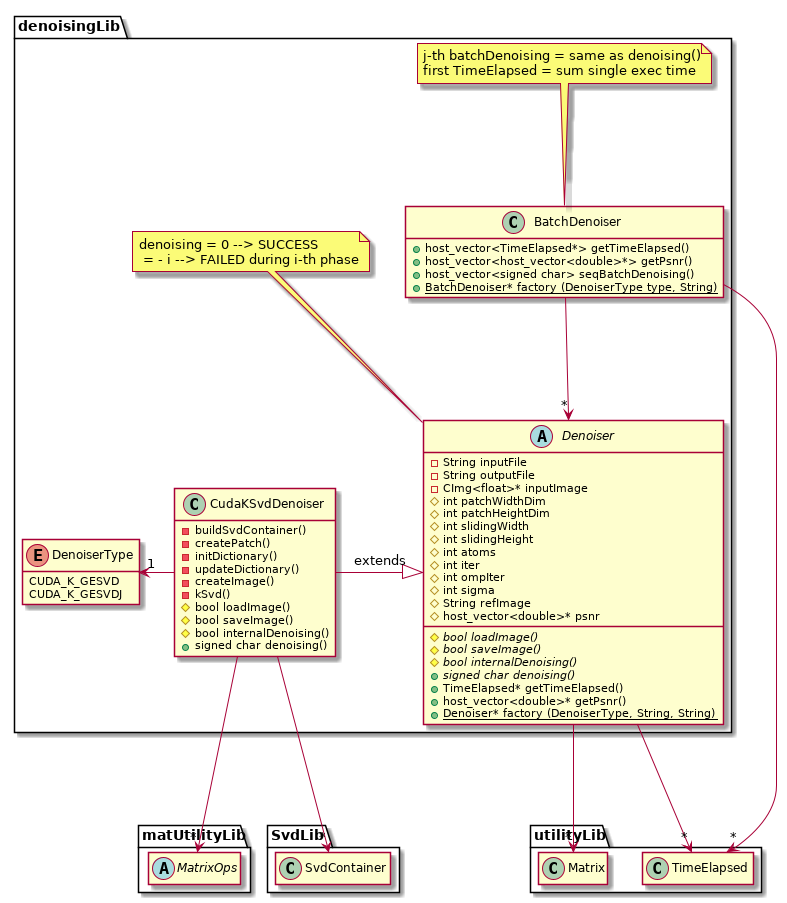
Earlier version of the PlantUML export uml/out/uml/src/DenoisingDiagram.png (newfla/CUDA-K-SVD-Denoising).
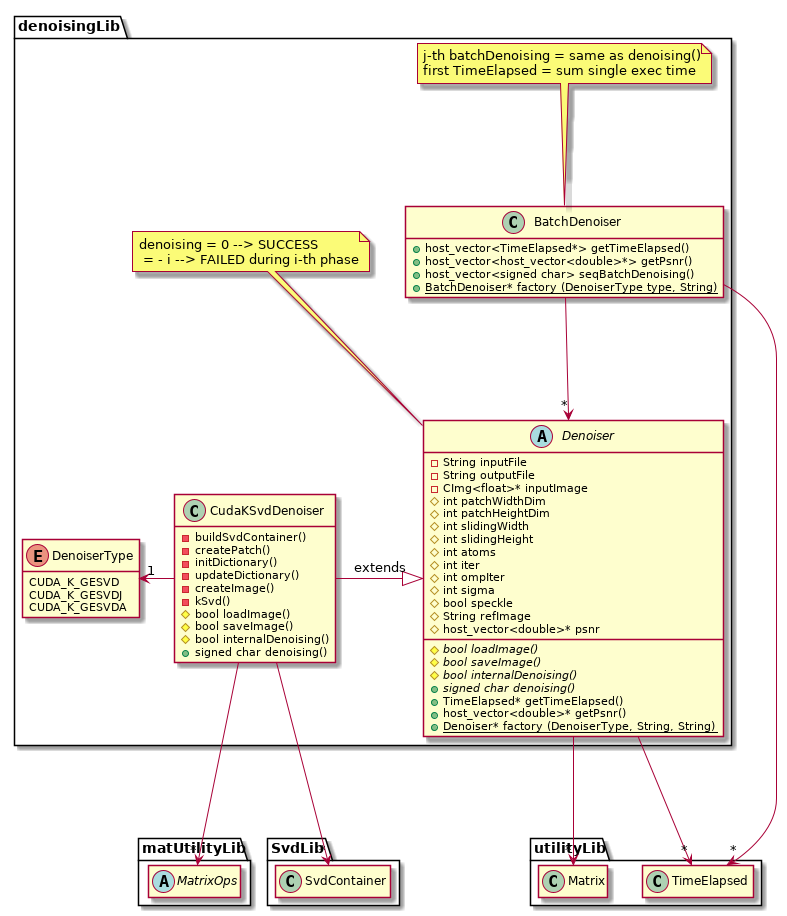
Above is the later version.

Diff of the diagram source:
```diff
@@ -5,6 +5,7 @@
     enum DenoiserType{
             CUDA_K_GESVD
             CUDA_K_GESVDJ
+            CUDA_K_GESVDA
     }
 
     abstract class Denoiser{
@@ -17,8 +18,9 @@
         # int slidingHeight
         # int atoms
         # int iter
-        #int ompIter
+        # int ompIter
         # int sigma
+        # bool speckle
         # String refImage
         # host_vector<double>* psnr
 
@@ -42,6 +44,9 @@
         - createImage()
         - kSvd()
 
+        - int blocks
+        - device_vector<int>* relevantDataIndices
+        - device_vector<int>* relevantDataIndicesCounter
         # bool loadImage()
         # bool saveImage()
         # bool internalDenoising()
```
